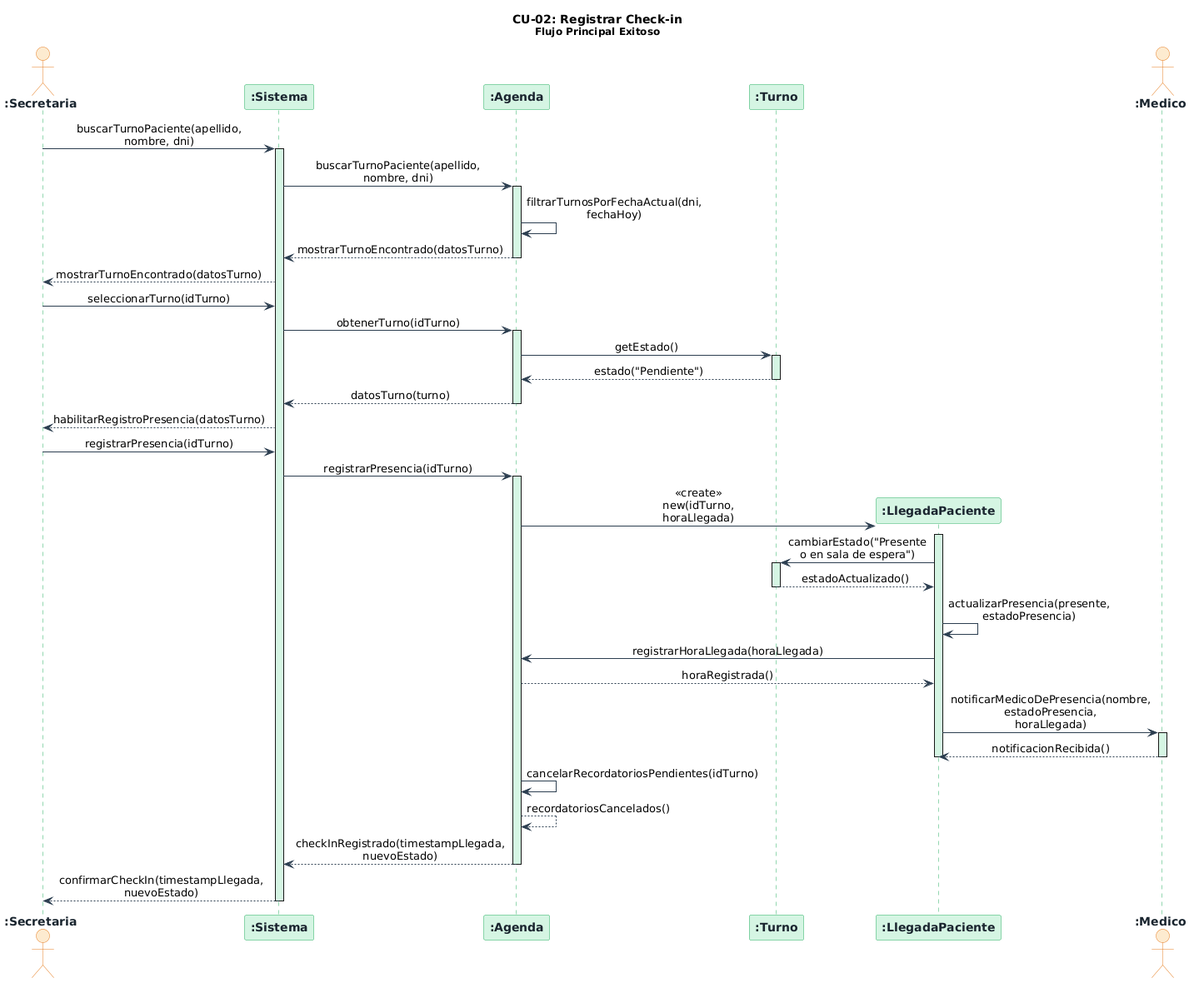
Before: diagramas/05-diagramas-secuencia/05-cu02-registrar-checkin.png, a diagram exported from PlantUML (angelgc9107-lgtm/SistemaTurnosMedicos_GP6).
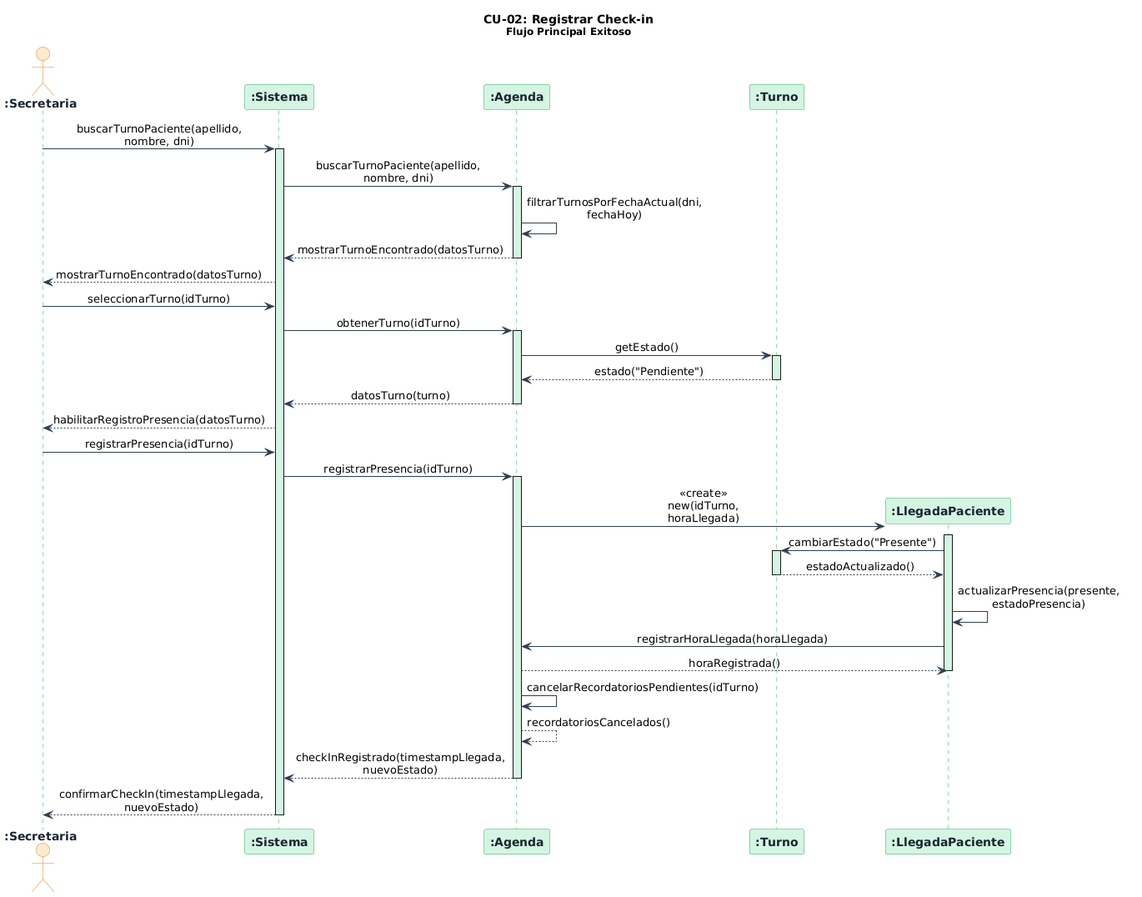
After the change.

Commit message:
Commit - Corrección solicitada de diagrama de secuencia

Change to the diagram source:
```diff
@@ -29,7 +29,6 @@
 participant ":Agenda"           as agenda
 participant ":Turno"            as turno
 participant ":LlegadaPaciente"  as llegadaPaciente
-actor    ":Medico"              as medico
 
 secretaria  ->  sistema         : buscarTurnoPaciente(apellido, nombre, dni)
 activate sistema
@@ -59,7 +58,7 @@
 agenda      ->  llegadaPaciente : <<create>>\nnew(idTurno, horaLlegada)
 activate llegadaPaciente
 
-llegadaPaciente ->  turno       : cambiarEstado("Presente o en sala de espera")
+llegadaPaciente ->  turno       : cambiarEstado("Presente")
 activate turno
 turno       -->  llegadaPaciente : estadoActualizado()
 deactivate turno
@@ -68,11 +67,6 @@
 
 llegadaPaciente ->  agenda      : registrarHoraLlegada(horaLlegada)
 agenda      -->  llegadaPaciente : horaRegistrada()
-
-llegadaPaciente ->  medico      : notificarMedicoDePresencia(nombre, estadoPresencia, horaLlegada)
-activate medico
-medico      -->  llegadaPaciente : notificacionRecibida()
-deactivate medico
 
 deactivate llegadaPaciente
 
```
